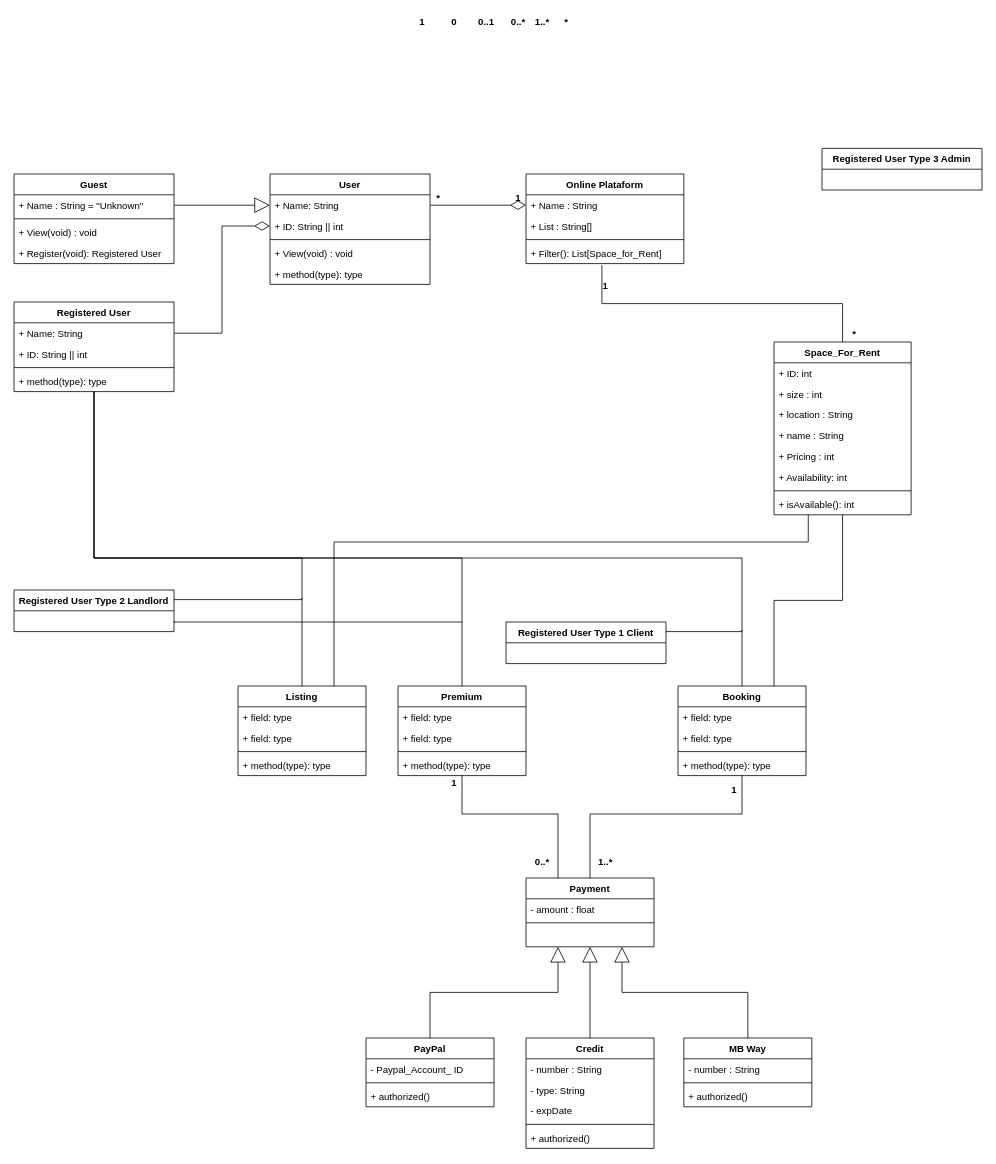
Earlier version of the draw.io diagram page "Class Diagram" (3 of 3) of documentation/elaboration/models - Copy.drawio (DavidAraujo98/CoworkClub). Source tidied: cells renumbered, new cells numbered last; positions are measured from the earlier drawing's top-left corner, leaving out a move shared by most shapes. Both pictures are drawn from the tidied source at 80%, with x=0, y=0 at pixel (14, 14).
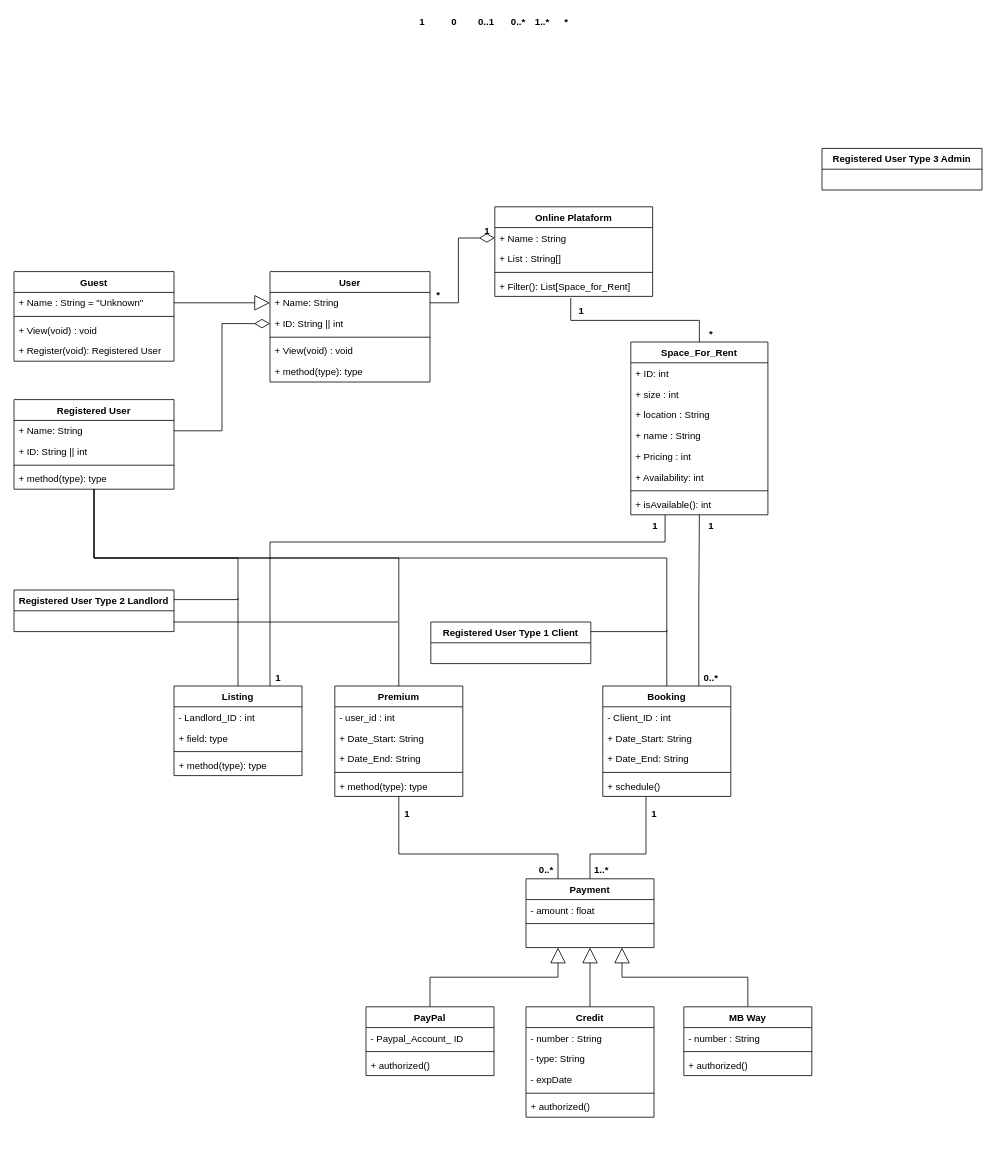
The same diagram, later.

The change refers to these unchanged cells:
```xml
<mxCell id="41" value="Registered User Type 2 Landlord" style="swimlane;fontStyle=1;align=center;verticalAlign=top;horizontal=1;startSize=26;" parent="1" vertex="1">
  <mxGeometry y="720" width="200" height="52" as="geometry" />
</mxCell>
<mxCell id="42" value="   " style="text;strokeColor=none;fillColor=none;align=left;verticalAlign=top;spacingLeft=4;spacingRight=4;overflow=hidden;points=[[0,0.5],[1,0.5]];portConstraint=eastwest;" parent="41" vertex="1">
  <mxGeometry y="26" width="200" height="26" as="geometry" />
</mxCell>
```

The edit, as a diff of the source:
```diff
@@
     <mxCell id="2" value="User" style="swimlane;fontStyle=1;align=center;verticalAlign=top;horizontal=1;startSize=26;" parent="1" vertex="1">
-      <mxGeometry x="320" y="200" width="200" height="138" as="geometry" />
+      <mxGeometry x="320" y="322" width="200" height="138" as="geometry" />
     </mxCell>
@@
     <mxCell id="8" value="Guest" style="swimlane;fontStyle=1;align=center;verticalAlign=top;horizontal=1;startSize=26;" parent="1" vertex="1">
-      <mxGeometry y="200" width="200" height="112" as="geometry" />
+      <mxGeometry y="322" width="200" height="112" as="geometry" />
     </mxCell>
@@
     <mxCell id="17" value="Registered User" style="swimlane;fontStyle=1;align=center;verticalAlign=top;horizontal=1;startSize=26;" parent="1" vertex="1">
-      <mxGeometry y="360" width="200" height="112" as="geometry" />
+      <mxGeometry y="482" width="200" height="112" as="geometry" />
     </mxCell>
@@
     <mxCell id="22" value="Online Plataform" style="swimlane;fontStyle=1;align=center;verticalAlign=top;horizontal=1;startSize=26;" parent="1" vertex="1">
-      <mxGeometry x="640" y="200" width="197.3" height="112" as="geometry" />
+      <mxGeometry x="601" y="241" width="197.3" height="112" as="geometry" />
     </mxCell>
@@
     <mxCell id="28" value="Space_For_Rent" style="swimlane;fontStyle=1;align=center;verticalAlign=top;horizontal=1;startSize=26;" parent="1" vertex="1">
-      <mxGeometry x="950" y="410" width="171.4" height="216" as="geometry" />
+      <mxGeometry x="771" y="410" width="171.4" height="216" as="geometry" />
     </mxCell>
@@
     <mxCell id="37" style="edgeStyle=elbowEdgeStyle;rounded=0;jettySize=auto;elbow=vertical;html=1;exitX=1;exitY=0.25;exitDx=0;exitDy=0;endArrow=none;endFill=0;endSize=17;" parent="1" edge="1" source="38">
       <mxGeometry relative="1" as="geometry">
-        <mxPoint x="910" y="770" as="targetPoint" />
+        <mxPoint x="816" y="770" as="targetPoint" />
       </mxGeometry>
     </mxCell>
     <mxCell id="38" value="Registered User Type 1 Client" style="swimlane;fontStyle=1;align=center;verticalAlign=top;horizontal=1;startSize=26;" parent="1" vertex="1">
-      <mxGeometry x="615" y="760" width="200" height="52" as="geometry" />
+      <mxGeometry x="521" y="760" width="200" height="52" as="geometry" />
     </mxCell>
@@
     <mxCell id="40" style="edgeStyle=elbowEdgeStyle;rounded=0;jettySize=auto;elbow=vertical;html=1;exitX=1;exitY=0.25;exitDx=0;exitDy=0;endArrow=none;endFill=0;endSize=17;" parent="1" edge="1" source="41">
       <mxGeometry relative="1" as="geometry">
-        <mxPoint x="360" y="730" as="targetPoint" />
+        <mxPoint x="280" y="730" as="targetPoint" />
       </mxGeometry>
     </mxCell>
@@
     <mxCell id="45" style="edgeStyle=elbowEdgeStyle;rounded=0;jettySize=auto;elbow=vertical;html=1;exitX=0.5;exitY=0;exitDx=0;exitDy=0;endArrow=none;endFill=0;" parent="1" edge="1" source="47" target="74">
       <mxGeometry relative="1" as="geometry">
         <Array as="points">
+          <mxPoint x="790" y="1050" />
           <mxPoint x="810" y="1000" />
         </Array>
       </mxGeometry>
     </mxCell>
     <mxCell id="46" style="edgeStyle=elbowEdgeStyle;rounded=0;jettySize=auto;elbow=vertical;html=1;exitX=0.25;exitY=0;exitDx=0;exitDy=0;endArrow=none;endFill=0;" parent="1" edge="1" source="47" target="68">
       <mxGeometry relative="1" as="geometry">
         <Array as="points">
+          <mxPoint x="580" y="1050" />
           <mxPoint x="560" y="1000" />
         </Array>
       </mxGeometry>
     </mxCell>
     <mxCell id="47" value="Payment" style="swimlane;fontStyle=1;align=center;verticalAlign=top;horizontal=1;startSize=26;" parent="1" vertex="1">
-      <mxGeometry x="640" y="1080" width="160" height="86" as="geometry" />
+      <mxGeometry x="640" y="1081" width="160" height="86" as="geometry" />
     </mxCell>
@@
     <mxCell id="58" value="&lt;b&gt;1&lt;/b&gt;" style="text;html=1;align=center;verticalAlign=middle;fillColor=none;strokeColor=none;rounded=0;" parent="1" vertex="1">
-      <mxGeometry x="620" y="220" width="20" height="20" as="geometry" />
+      <mxGeometry x="581" y="261" width="20" height="20" as="geometry" />
     </mxCell>
     <mxCell id="59" value="&lt;b&gt;*&lt;/b&gt;" style="text;html=1;align=center;verticalAlign=middle;fillColor=none;strokeColor=none;rounded=0;" parent="1" vertex="1">
-      <mxGeometry x="520" y="220" width="20" height="20" as="geometry" />
+      <mxGeometry x="520" y="342" width="20" height="20" as="geometry" />
     </mxCell>
@@
     <mxCell id="62" value="&lt;b&gt;1&lt;/b&gt;" style="text;html=1;align=center;verticalAlign=middle;fillColor=none;strokeColor=none;rounded=0;" parent="1" vertex="1">
-      <mxGeometry x="728.7" y="330" width="20" height="20" as="geometry" />
+      <mxGeometry x="698.7" y="362" width="20" height="20" as="geometry" />
     </mxCell>
     <mxCell id="63" value="&lt;b&gt;*&lt;/b&gt;" style="text;html=1;align=center;verticalAlign=middle;fillColor=none;strokeColor=none;rounded=0;" parent="1" vertex="1">
-      <mxGeometry x="1040" y="390" width="20" height="20" as="geometry" />
+      <mxGeometry x="861" y="390" width="20" height="20" as="geometry" />
     </mxCell>
     <mxCell id="64" value="Premium" style="swimlane;fontStyle=1;align=center;verticalAlign=top;horizontal=1;startSize=26;" parent="1" vertex="1">
-      <mxGeometry x="480" y="840" width="160" height="112" as="geometry" />
+      <mxGeometry x="401" y="840" width="160" height="138" as="geometry" />
     </mxCell>
-    <mxCell id="65" value="+ field: type" style="text;strokeColor=none;fillColor=none;align=left;verticalAlign=top;spacingLeft=4;spacingRight=4;overflow=hidden;" parent="64" vertex="1">
+    <mxCell id="65" value="- user_id : int" style="text;strokeColor=none;fillColor=none;align=left;verticalAlign=top;spacingLeft=4;spacingRight=4;overflow=hidden;" parent="64" vertex="1">
       <mxGeometry y="26" width="160" height="26" as="geometry" />
     </mxCell>
-    <mxCell id="66" value="+ field: type" style="text;strokeColor=none;fillColor=none;align=left;verticalAlign=top;spacingLeft=4;spacingRight=4;overflow=hidden;" parent="64" vertex="1">
-      <mxGeometry y="52" width="160" height="26" as="geometry" />
-    </mxCell>
+    <mxCell id="103" value="+ Date_Start: String" style="text;strokeColor=none;fillColor=none;align=left;verticalAlign=top;spacingLeft=4;spacingRight=4;overflow=hidden;" parent="64" vertex="1">
+      <mxGeometry y="52" width="160" height="26" as="geometry" />
+    </mxCell>
+    <mxCell id="104" value="+ Date_End: String" style="text;strokeColor=none;fillColor=none;align=left;verticalAlign=top;spacingLeft=4;spacingRight=4;overflow=hidden;" parent="64" vertex="1">
+      <mxGeometry y="78" width="160" height="26" as="geometry" />
+    </mxCell>
     <mxCell id="67" style="line;strokeWidth=1;fillColor=none;align=left;verticalAlign=middle;spacingTop=-1;spacingLeft=3;spacingRight=3;labelPosition=right;" parent="64" vertex="1">
-      <mxGeometry y="78" width="160" height="8" as="geometry" />
+      <mxGeometry y="104" width="160" height="8" as="geometry" />
     </mxCell>
     <mxCell id="68" value="+ method(type): type" style="text;strokeColor=none;fillColor=none;align=left;verticalAlign=top;spacingLeft=4;spacingRight=4;overflow=hidden;points=[[0,0.5],[1,0.5]];portConstraint=eastwest;" parent="64" vertex="1">
-      <mxGeometry y="86" width="160" height="26" as="geometry" />
+      <mxGeometry y="112" width="160" height="26" as="geometry" />
     </mxCell>
@@
     <mxCell id="70" value="Booking" style="swimlane;fontStyle=1;align=center;verticalAlign=top;horizontal=1;startSize=26;" parent="1" vertex="1">
-      <mxGeometry x="830" y="840" width="160" height="112" as="geometry" />
+      <mxGeometry x="736" y="840" width="160" height="138" as="geometry" />
     </mxCell>
-    <mxCell id="71" value="+ field: type" style="text;strokeColor=none;fillColor=none;align=left;verticalAlign=top;spacingLeft=4;spacingRight=4;overflow=hidden;" parent="70" vertex="1">
+    <mxCell id="71" value="- Client_ID : int" style="text;strokeColor=none;fillColor=none;align=left;verticalAlign=top;spacingLeft=4;spacingRight=4;overflow=hidden;" parent="70" vertex="1">
       <mxGeometry y="26" width="160" height="26" as="geometry" />
     </mxCell>
-    <mxCell id="72" value="+ field: type" style="text;strokeColor=none;fillColor=none;align=left;verticalAlign=top;spacingLeft=4;spacingRight=4;overflow=hidden;" parent="70" vertex="1">
+    <mxCell id="72" value="+ Date_Start: String" style="text;strokeColor=none;fillColor=none;align=left;verticalAlign=top;spacingLeft=4;spacingRight=4;overflow=hidden;" parent="70" vertex="1">
       <mxGeometry y="52" width="160" height="26" as="geometry" />
     </mxCell>
+    <mxCell id="105" value="+ Date_End: String" style="text;strokeColor=none;fillColor=none;align=left;verticalAlign=top;spacingLeft=4;spacingRight=4;overflow=hidden;" parent="70" vertex="1">
+      <mxGeometry y="78" width="160" height="26" as="geometry" />
+    </mxCell>
     <mxCell id="73" style="line;strokeWidth=1;fillColor=none;align=left;verticalAlign=middle;spacingTop=-1;spacingLeft=3;spacingRight=3;labelPosition=right;" parent="70" vertex="1">
-      <mxGeometry y="78" width="160" height="8" as="geometry" />
+      <mxGeometry y="104" width="160" height="8" as="geometry" />
     </mxCell>
-    <mxCell id="74" value="+ method(type): type" style="text;strokeColor=none;fillColor=none;align=left;verticalAlign=top;spacingLeft=4;spacingRight=4;overflow=hidden;points=[[0,0.5],[1,0.5]];portConstraint=eastwest;" parent="70" vertex="1">
-      <mxGeometry y="86" width="160" height="26" as="geometry" />
+    <mxCell id="74" value="+ schedule()" style="text;strokeColor=none;fillColor=none;align=left;verticalAlign=top;spacingLeft=4;spacingRight=4;overflow=hidden;points=[[0,0.5],[1,0.5]];portConstraint=eastwest;" parent="70" vertex="1">
+      <mxGeometry y="112" width="160" height="26" as="geometry" />
     </mxCell>
     <mxCell id="75" value="&lt;b&gt;1&lt;/b&gt;" style="text;html=1;align=center;verticalAlign=middle;fillColor=none;strokeColor=none;rounded=0;" parent="1" vertex="1">
-      <mxGeometry x="890" y="960" width="20" height="20" as="geometry" />
+      <mxGeometry x="790" y="990" width="20" height="20" as="geometry" />
     </mxCell>
     <mxCell id="76" value="&lt;b&gt;1..*&lt;/b&gt;" style="text;html=1;align=center;verticalAlign=middle;fillColor=none;strokeColor=none;rounded=0;" parent="1" vertex="1">
-      <mxGeometry x="723.7" y="1050" width="30" height="20" as="geometry" />
+      <mxGeometry x="718.7" y="1060" width="30" height="20" as="geometry" />
     </mxCell>
     <mxCell id="77" value="&lt;b&gt;1&lt;/b&gt;" style="text;html=1;align=center;verticalAlign=middle;fillColor=none;strokeColor=none;rounded=0;" parent="1" vertex="1">
-      <mxGeometry x="540" y="952" width="20" height="20" as="geometry" />
+      <mxGeometry x="481" y="990" width="20" height="20" as="geometry" />
     </mxCell>
     <mxCell id="78" value="&lt;b&gt;0..*&lt;/b&gt;" style="text;html=1;align=center;verticalAlign=middle;fillColor=none;strokeColor=none;rounded=0;" parent="1" vertex="1">
-      <mxGeometry x="645" y="1050" width="30" height="20" as="geometry" />
+      <mxGeometry x="650" y="1060" width="30" height="20" as="geometry" />
     </mxCell>
@@
     <mxCell id="80" value="PayPal" style="swimlane;fontStyle=1;align=center;verticalAlign=top;horizontal=1;startSize=26;" parent="1" vertex="1">
-      <mxGeometry x="440" y="1280" width="160" height="86" as="geometry" />
+      <mxGeometry x="440" y="1241" width="160" height="86" as="geometry" />
     </mxCell>
@@
     <mxCell id="84" style="edgeStyle=elbowEdgeStyle;rounded=0;jettySize=auto;elbow=vertical;html=1;exitX=0.5;exitY=0;exitDx=0;exitDy=0;endArrow=block;endFill=0;endSize=17;entryX=0.5;entryY=1;entryDx=0;entryDy=0;" parent="1" edge="1" source="85" target="47">
       <mxGeometry relative="1" as="geometry">
         <Array as="points">
-          <mxPoint x="730" y="1230" />
-          <mxPoint x="720" y="1160" />
+          <mxPoint x="730" y="1231" />
+          <mxPoint x="720" y="1161" />
         </Array>
       </mxGeometry>
     </mxCell>
     <mxCell id="85" value="Credit" style="swimlane;fontStyle=1;align=center;verticalAlign=top;horizontal=1;startSize=26;" parent="1" vertex="1">
-      <mxGeometry x="640" y="1280" width="160" height="138" as="geometry" />
+      <mxGeometry x="640" y="1241" width="160" height="138" as="geometry" />
     </mxCell>
@@
     <mxCell id="92" value="MB Way" style="swimlane;fontStyle=1;align=center;verticalAlign=top;horizontal=1;startSize=26;" parent="1" vertex="1">
-      <mxGeometry x="837.3" y="1280" width="160" height="86" as="geometry" />
+      <mxGeometry x="837.3" y="1241" width="160" height="86" as="geometry" />
     </mxCell>
@@
     <mxCell id="97" value="Listing" style="swimlane;fontStyle=1;align=center;verticalAlign=top;horizontal=1;startSize=26;" parent="1" vertex="1">
-      <mxGeometry x="280" y="840" width="160" height="112" as="geometry" />
+      <mxGeometry x="200" y="840" width="160" height="112" as="geometry" />
     </mxCell>
-    <mxCell id="98" value="+ field: type" style="text;strokeColor=none;fillColor=none;align=left;verticalAlign=top;spacingLeft=4;spacingRight=4;overflow=hidden;" parent="97" vertex="1">
+    <mxCell id="98" value="- Landlord_ID : int" style="text;strokeColor=none;fillColor=none;align=left;verticalAlign=top;spacingLeft=4;spacingRight=4;overflow=hidden;" parent="97" vertex="1">
       <mxGeometry y="26" width="160" height="26" as="geometry" />
     </mxCell>
@@
     <mxCell id="102" style="edgeStyle=elbowEdgeStyle;rounded=0;jettySize=auto;elbow=vertical;html=1;exitX=1;exitY=0.5;exitDx=0;exitDy=0;endArrow=none;endFill=0;endSize=17;" parent="1" edge="1" source="42">
       <mxGeometry relative="1" as="geometry">
-        <mxPoint x="560" y="760" as="targetPoint" />
+        <mxPoint x="480" y="760" as="targetPoint" />
       </mxGeometry>
     </mxCell>
+    <mxCell id="106" value="&lt;b&gt;0..*&lt;/b&gt;" style="text;html=1;align=center;verticalAlign=middle;fillColor=none;strokeColor=none;rounded=0;" parent="1" vertex="1">
+      <mxGeometry x="856" y="820" width="30" height="20" as="geometry" />
+    </mxCell>
+    <mxCell id="107" value="&lt;b&gt;1&lt;/b&gt;" style="text;html=1;align=center;verticalAlign=middle;fillColor=none;strokeColor=none;rounded=0;" parent="1" vertex="1">
+      <mxGeometry x="861" y="630" width="20" height="20" as="geometry" />
+    </mxCell>
+    <mxCell id="108" value="&lt;b&gt;1&lt;/b&gt;" style="text;html=1;align=center;verticalAlign=middle;fillColor=none;strokeColor=none;rounded=0;" parent="1" vertex="1">
+      <mxGeometry x="791" y="630" width="20" height="20" as="geometry" />
+    </mxCell>
+    <mxCell id="109" value="&lt;b&gt;1&lt;/b&gt;" style="text;html=1;align=center;verticalAlign=middle;fillColor=none;strokeColor=none;rounded=0;" parent="1" vertex="1">
+      <mxGeometry x="320" y="820" width="20" height="20" as="geometry" />
+    </mxCell>
```
